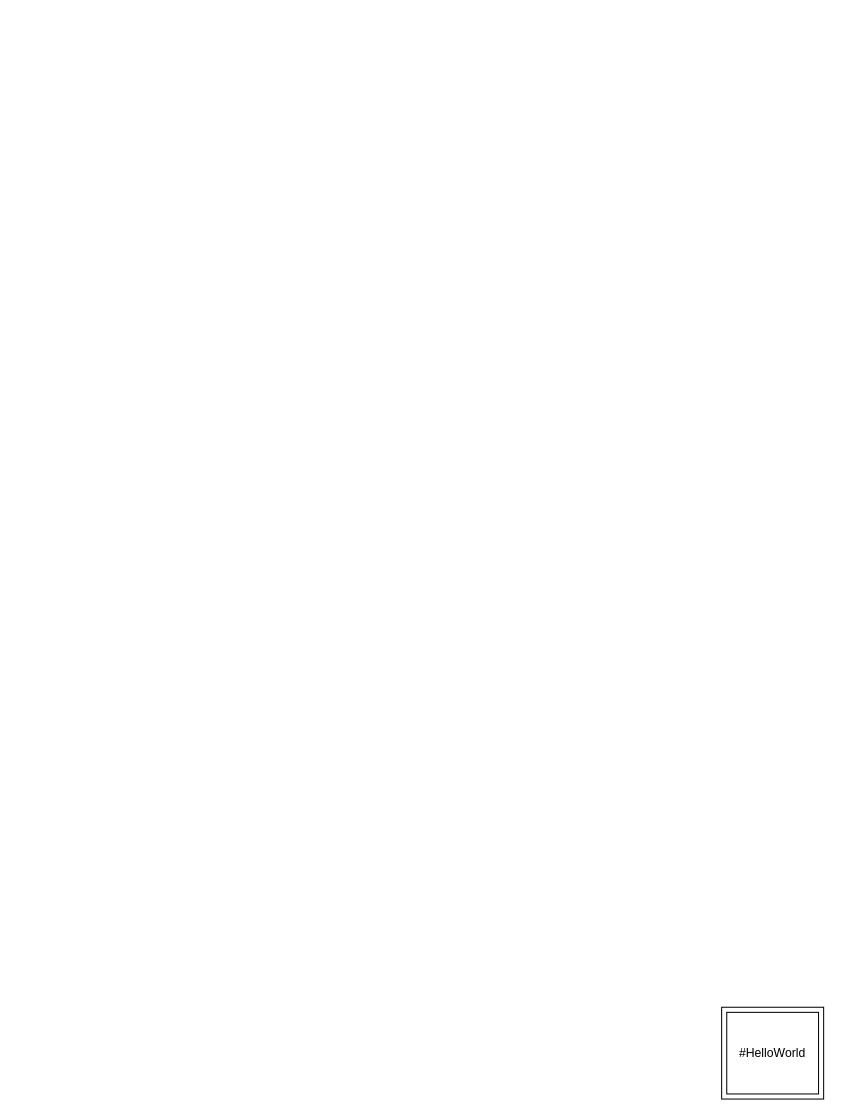
The draw.io diagram prova.drawio in FiorentinoLuca/diagrams, before the edit. Source tidied: cells renumbered, new cells numbered last; positions are measured from the earlier drawing's top-left corner, leaving out a move shared by most shapes. Both pictures are drawn from the tidied source at 102%, with x=0, y=0 at pixel (721, 1007).
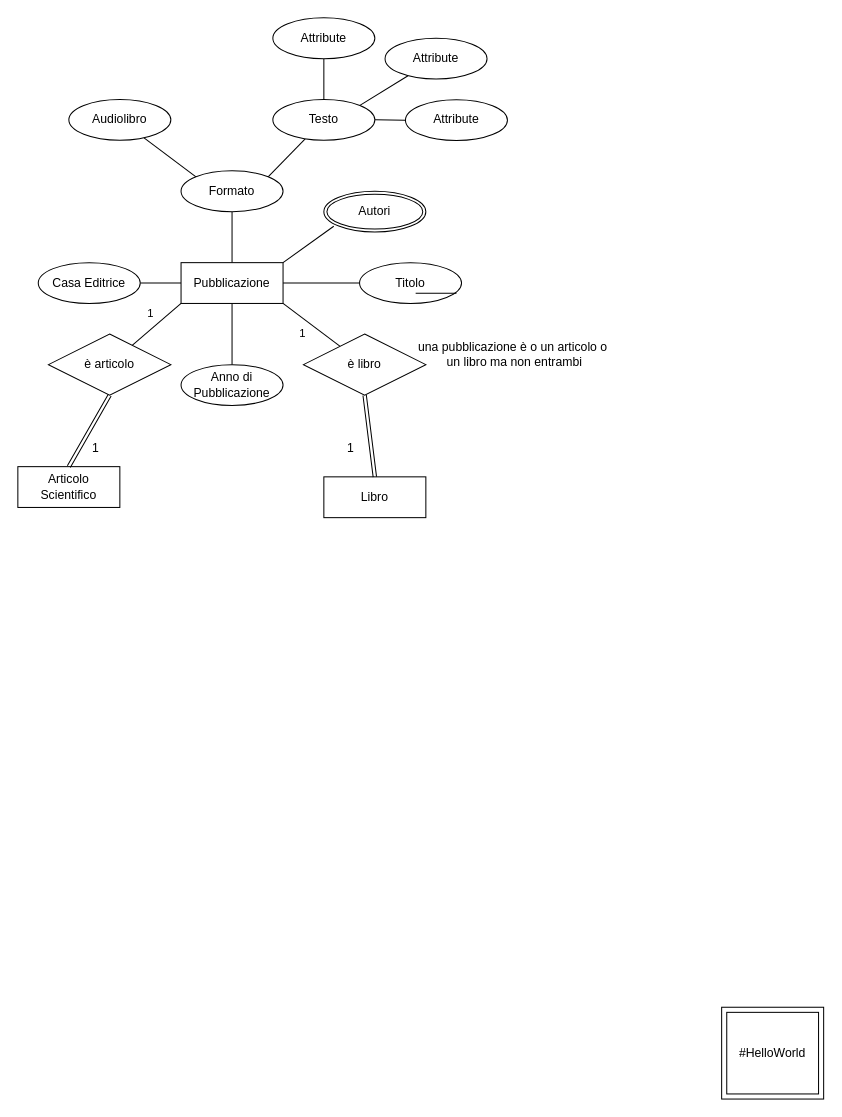
After the change.

The edit, as a diff of the source:
```diff
@@
+    <mxCell id="3" style="edgeStyle=none;html=1;exitX=0;exitY=0.5;exitDx=0;exitDy=0;entryX=0;entryY=0.5;entryDx=0;entryDy=0;endArrow=none;endFill=0;" parent="1" edge="1" source="9" target="10">
+      <mxGeometry relative="1" as="geometry" />
+    </mxCell>
+    <mxCell id="4" style="edgeStyle=none;html=1;endArrow=none;endFill=0;" parent="1" edge="1" source="9" target="11">
+      <mxGeometry relative="1" as="geometry" />
+    </mxCell>
+    <mxCell id="5" style="edgeStyle=none;html=1;exitX=1;exitY=0.5;exitDx=0;exitDy=0;endArrow=none;endFill=0;entryX=1;entryY=0.5;entryDx=0;entryDy=0;" parent="1" edge="1" source="9" target="15">
+      <mxGeometry relative="1" as="geometry" />
+    </mxCell>
+    <mxCell id="6" style="edgeStyle=none;html=1;exitX=0.5;exitY=1;exitDx=0;exitDy=0;endArrow=none;endFill=0;entryX=0.5;entryY=1;entryDx=0;entryDy=0;" parent="1" edge="1" source="9" target="14">
+      <mxGeometry relative="1" as="geometry" />
+    </mxCell>
+    <mxCell id="7" style="edgeStyle=none;html=1;exitX=0;exitY=1;exitDx=0;exitDy=0;entryX=0.097;entryY=0.857;entryDx=0;entryDy=0;entryPerimeter=0;endArrow=none;endFill=0;" parent="1" edge="1" source="9" target="16">
+      <mxGeometry relative="1" as="geometry" />
+    </mxCell>
+    <mxCell id="8" value="1" style="edgeStyle=none;html=1;exitX=1;exitY=0;exitDx=0;exitDy=0;endArrow=none;endFill=0;" parent="1" edge="1" source="9" target="27">
+      <mxGeometry x="-0.07" y="-12" relative="1" as="geometry" />
+    </mxCell>
+    <mxCell id="9" value="Pubblicazione&lt;br&gt;" style="whiteSpace=wrap;html=1;align=center;direction=west;" parent="1" vertex="1">
+      <mxGeometry x="-530" y="-730" width="100" height="40" as="geometry" />
+    </mxCell>
+    <mxCell id="10" value="Titolo" style="ellipse;whiteSpace=wrap;html=1;align=center;" parent="1" vertex="1">
+      <mxGeometry x="-355" y="-730" width="100" height="40" as="geometry" />
+    </mxCell>
+    <mxCell id="11" value="Anno di Pubblicazione" style="ellipse;whiteSpace=wrap;html=1;align=center;" parent="1" vertex="1">
+      <mxGeometry x="-530" y="-630" width="100" height="40" as="geometry" />
+    </mxCell>
+    <mxCell id="12" style="edgeStyle=none;html=1;exitX=0;exitY=0;exitDx=0;exitDy=0;endArrow=none;endFill=0;" parent="1" edge="1" source="14" target="17">
+      <mxGeometry relative="1" as="geometry" />
+    </mxCell>
+    <mxCell id="13" style="edgeStyle=none;html=1;exitX=1;exitY=0;exitDx=0;exitDy=0;endArrow=none;endFill=0;" parent="1" edge="1" source="14" target="21">
+      <mxGeometry relative="1" as="geometry" />
+    </mxCell>
+    <mxCell id="14" value="Formato" style="ellipse;whiteSpace=wrap;html=1;align=center;" parent="1" vertex="1">
+      <mxGeometry x="-530" y="-820" width="100" height="40" as="geometry" />
+    </mxCell>
+    <mxCell id="15" value="Casa Editrice" style="ellipse;whiteSpace=wrap;html=1;align=center;" parent="1" vertex="1">
+      <mxGeometry x="-670" y="-730" width="100" height="40" as="geometry" />
+    </mxCell>
+    <mxCell id="16" value="Autori" style="ellipse;shape=doubleEllipse;margin=3;whiteSpace=wrap;html=1;align=center;" parent="1" vertex="1">
+      <mxGeometry x="-390" y="-800" width="100" height="40" as="geometry" />
+    </mxCell>
+    <mxCell id="17" value="Audiolibro" style="ellipse;whiteSpace=wrap;html=1;align=center;" parent="1" vertex="1">
+      <mxGeometry x="-640" y="-890" width="100" height="40" as="geometry" />
+    </mxCell>
+    <mxCell id="18" style="edgeStyle=none;html=1;exitX=0.5;exitY=0;exitDx=0;exitDy=0;endArrow=none;endFill=0;" parent="1" edge="1" source="21" target="22">
+      <mxGeometry relative="1" as="geometry" />
+    </mxCell>
+    <mxCell id="19" style="edgeStyle=none;html=1;exitX=1;exitY=0;exitDx=0;exitDy=0;endArrow=none;endFill=0;" parent="1" edge="1" source="21" target="23">
+      <mxGeometry relative="1" as="geometry" />
+    </mxCell>
+    <mxCell id="20" style="edgeStyle=none;html=1;exitX=1;exitY=0.5;exitDx=0;exitDy=0;endArrow=none;endFill=0;" parent="1" edge="1" source="21" target="24">
+      <mxGeometry relative="1" as="geometry" />
+    </mxCell>
+    <mxCell id="21" value="Testo" style="ellipse;whiteSpace=wrap;html=1;align=center;" parent="1" vertex="1">
+      <mxGeometry x="-440" y="-890" width="100" height="40" as="geometry" />
+    </mxCell>
+    <mxCell id="22" value="Attribute" style="ellipse;whiteSpace=wrap;html=1;align=center;" parent="1" vertex="1">
+      <mxGeometry x="-440" y="-970" width="100" height="40" as="geometry" />
+    </mxCell>
+    <mxCell id="23" value="Attribute" style="ellipse;whiteSpace=wrap;html=1;align=center;" parent="1" vertex="1">
+      <mxGeometry x="-330" y="-950" width="100" height="40" as="geometry" />
+    </mxCell>
+    <mxCell id="24" value="Attribute" style="ellipse;whiteSpace=wrap;html=1;align=center;" parent="1" vertex="1">
+      <mxGeometry x="-310" y="-889.7" width="100" height="40" as="geometry" />
+    </mxCell>
+    <mxCell id="25" value="Articolo Scientifico" style="whiteSpace=wrap;html=1;align=center;" parent="1" vertex="1">
+      <mxGeometry x="-690" y="-530" width="100" height="40" as="geometry" />
+    </mxCell>
+    <mxCell id="26" value="Libro" style="whiteSpace=wrap;html=1;align=center;" parent="1" vertex="1">
+      <mxGeometry x="-390" y="-520" width="100" height="40" as="geometry" />
+    </mxCell>
+    <mxCell id="27" value="è articolo" style="shape=rhombus;perimeter=rhombusPerimeter;whiteSpace=wrap;html=1;align=center;" parent="1" vertex="1">
+      <mxGeometry x="-660" y="-660" width="120" height="60" as="geometry" />
+    </mxCell>
+    <mxCell id="28" style="shape=link;html=1;rounded=0;endArrow=none;endFill=0;exitX=0.5;exitY=0;exitDx=0;exitDy=0;entryX=0.5;entryY=1;entryDx=0;entryDy=0;width=-3.333333333333333;" parent="1" edge="1" source="25" target="27">
+      <mxGeometry relative="1" as="geometry" />
+    </mxCell>
+    <mxCell id="29" value="1" style="html=1;align=right;verticalAlign=bottom;" parent="28" vertex="1">
+      <mxGeometry x="1" relative="1" as="geometry">
+        <mxPoint x="-10" y="60" as="offset" />
+      </mxGeometry>
+    </mxCell>
+    <mxCell id="30" style="edgeStyle=none;html=1;exitX=1;exitY=0.5;exitDx=0;exitDy=0;endArrow=none;endFill=0;entryX=1;entryY=0.5;entryDx=0;entryDy=0;" parent="1" edge="1">
+      <mxGeometry relative="1" as="geometry">
+        <mxPoint x="-260" y="-700" as="sourcePoint" />
+        <mxPoint x="-300" y="-700" as="targetPoint" />
+      </mxGeometry>
+    </mxCell>
+    <mxCell id="31" value="1" style="edgeStyle=none;html=1;endArrow=none;endFill=0;exitX=0;exitY=0;exitDx=0;exitDy=0;" parent="1" edge="1" source="9" target="32">
+      <mxGeometry x="-0.07" y="-12" relative="1" as="geometry" />
+    </mxCell>
+    <mxCell id="32" value="è libro" style="shape=rhombus;perimeter=rhombusPerimeter;whiteSpace=wrap;html=1;align=center;" parent="1" vertex="1">
+      <mxGeometry x="-410" y="-660" width="120" height="60" as="geometry" />
+    </mxCell>
+    <mxCell id="33" style="shape=link;html=1;rounded=0;endArrow=none;endFill=0;exitX=0.5;exitY=0;exitDx=0;exitDy=0;entryX=0.5;entryY=1;entryDx=0;entryDy=0;width=-3.333333333333333;" parent="1" edge="1" source="26" target="32">
+      <mxGeometry relative="1" as="geometry" />
+    </mxCell>
+    <mxCell id="34" value="1" style="html=1;align=right;verticalAlign=bottom;" parent="33" vertex="1">
+      <mxGeometry x="1" relative="1" as="geometry">
+        <mxPoint x="-10" y="60" as="offset" />
+      </mxGeometry>
+    </mxCell>
+    <mxCell id="35" value="una pubblicazione è o un articolo o&lt;br&gt;&amp;nbsp;un libro ma non entrambi" style="text;html=1;align=center;verticalAlign=middle;strokeColor=none;fillColor=none;" parent="1" vertex="1">
+      <mxGeometry x="-310" y="-660" width="210" height="40" as="geometry" />
+    </mxCell>
```
